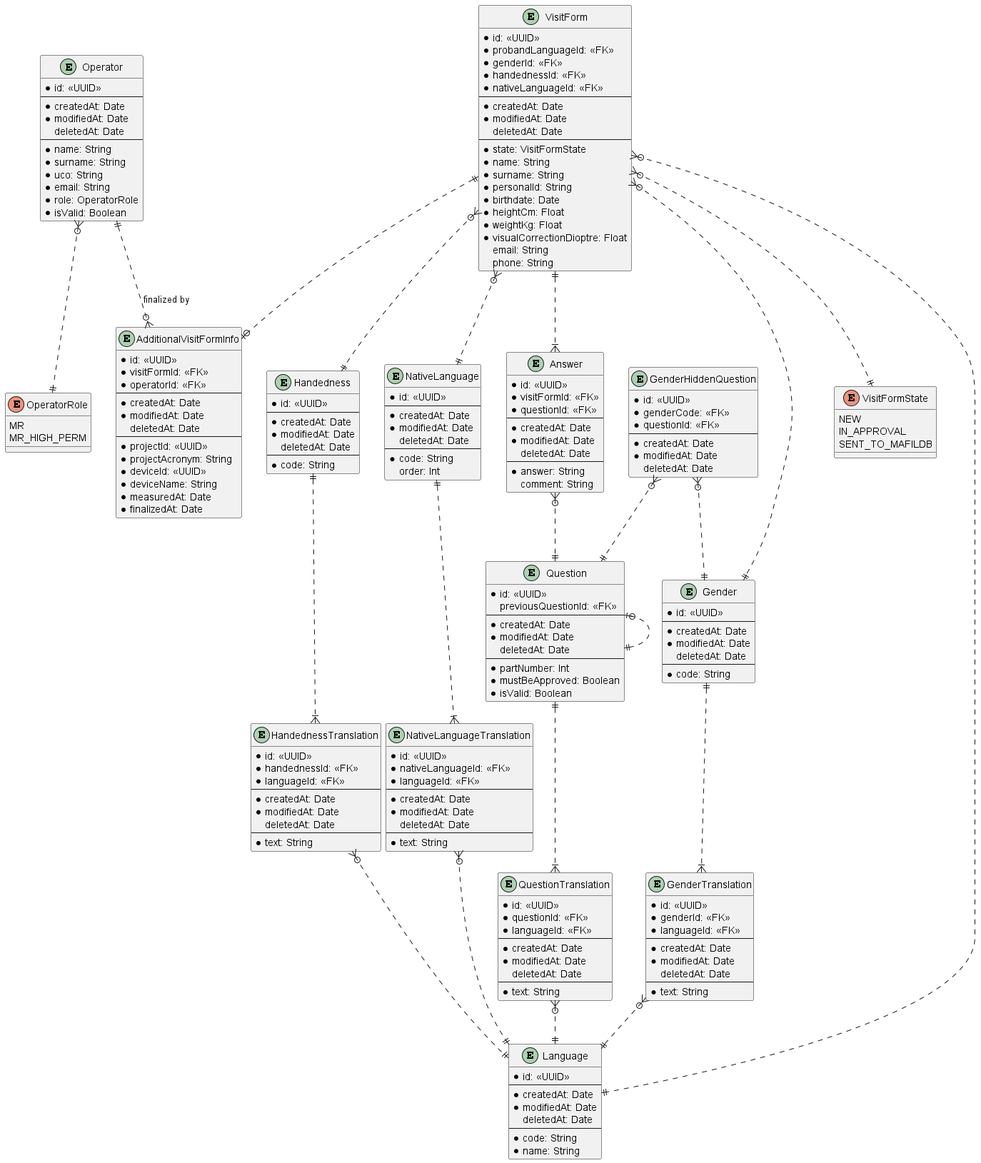
The PlantUML diagram docs/ERD.png in lukas-kratochvil/mafil-proband-safety-questionnaire, before a commit.
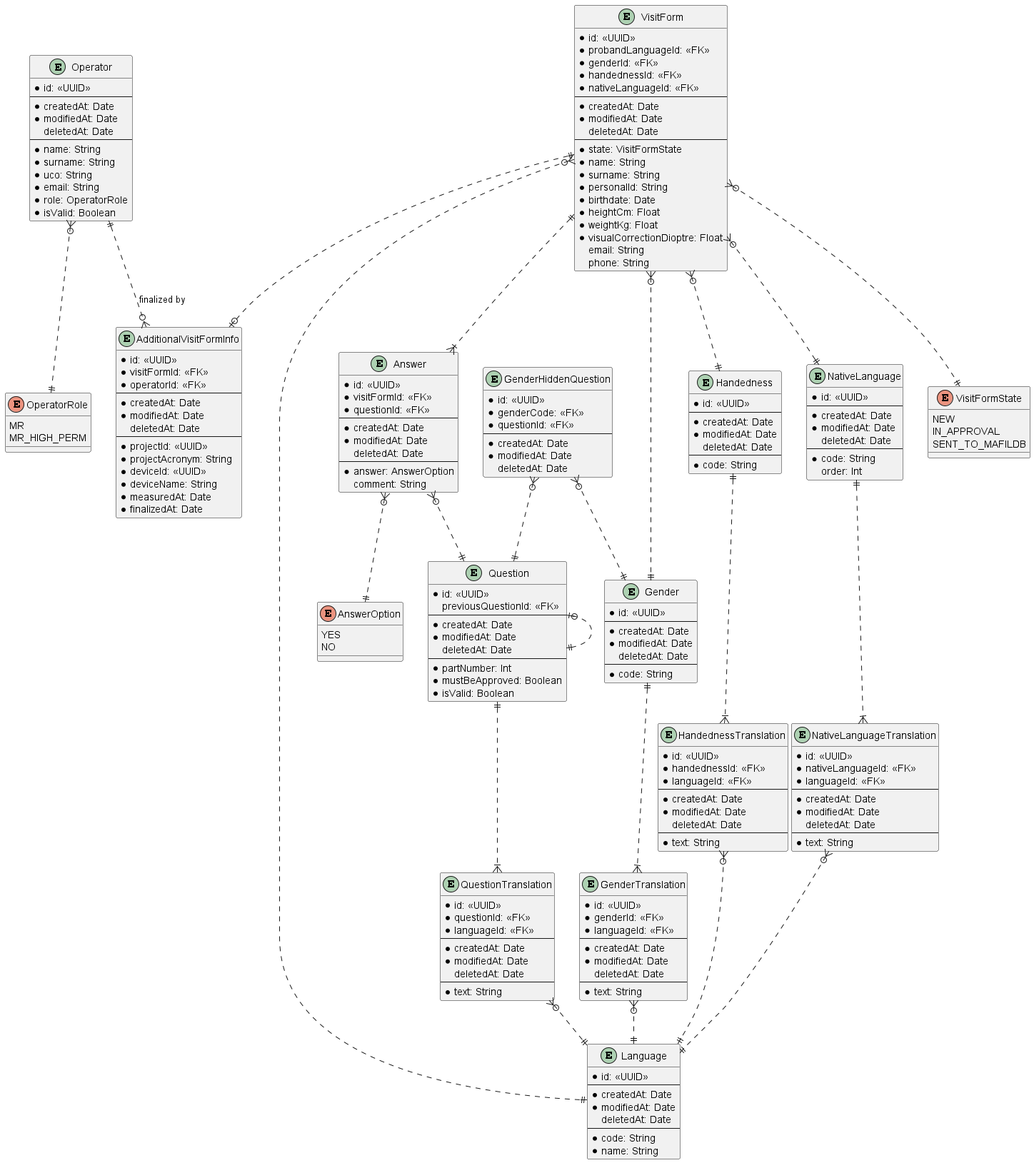
Later version of the same file.

Commit message:
feat: created Prisma AnswerOption enum for the answer attribute of the Answer entity

Diff of the diagram source:
```diff
@@ -66,6 +66,11 @@
   * finalizedAt: Date
 }
 
+enum AnswerOption {
+  YES
+  NO
+}
+
 entity Answer {
   * id: <<UUID>>
   * visitFormId: <<FK>>
@@ -75,7 +80,7 @@
   * modifiedAt: Date
   deletedAt: Date
   ---
-  * answer: String
+  * answer: AnswerOption
   comment: String
 }
 
@@ -202,6 +207,7 @@
 VisitForm }o..|| Handedness
 VisitForm }o..|| NativeLanguage
 Answer }o..|| Question
+Answer }o..|| AnswerOption
 Question |o..|| Question
 Question ||..|{ QuestionTranslation
 QuestionTranslation }o..|| Language
```
